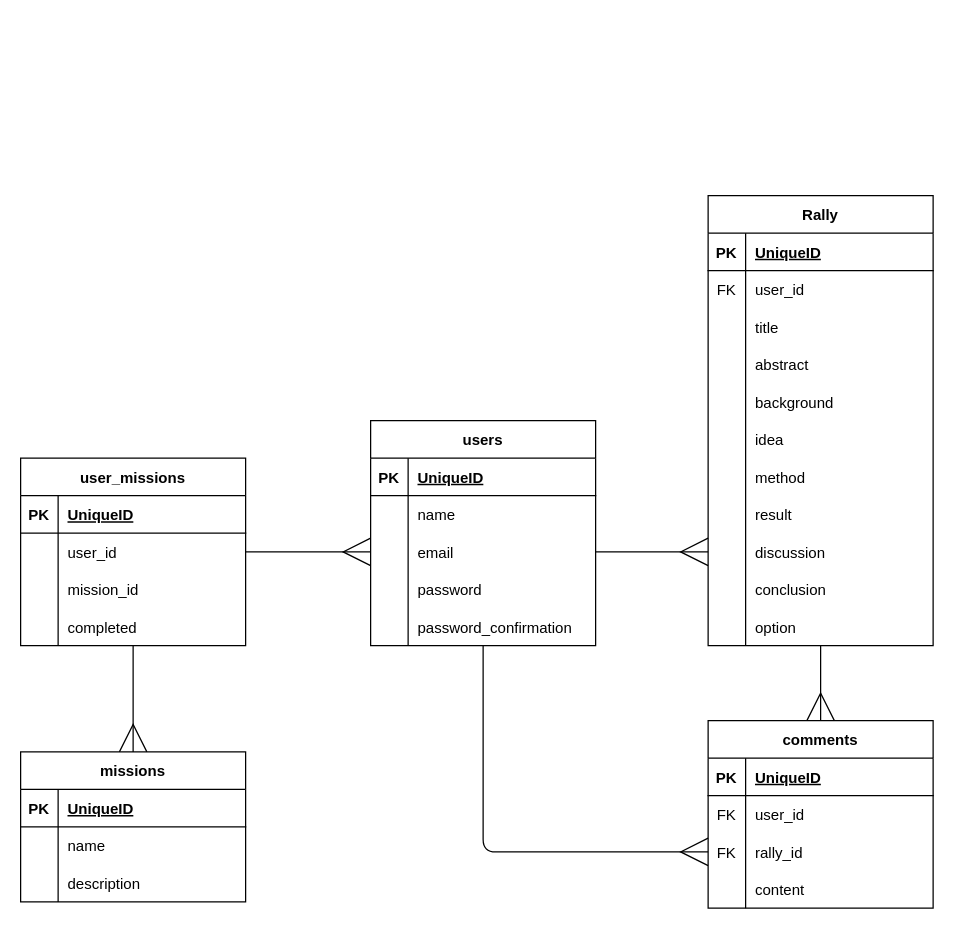
Earlier version of the draw.io diagram database.dio (Pokesyoum/TechRally). Source tidied: cells renumbered, new cells numbered last; positions are measured from the earlier drawing's top-left corner, leaving out a move shared by most shapes. Both pictures are drawn from the tidied source at 125%, with x=0, y=0 at pixel (20, 195).
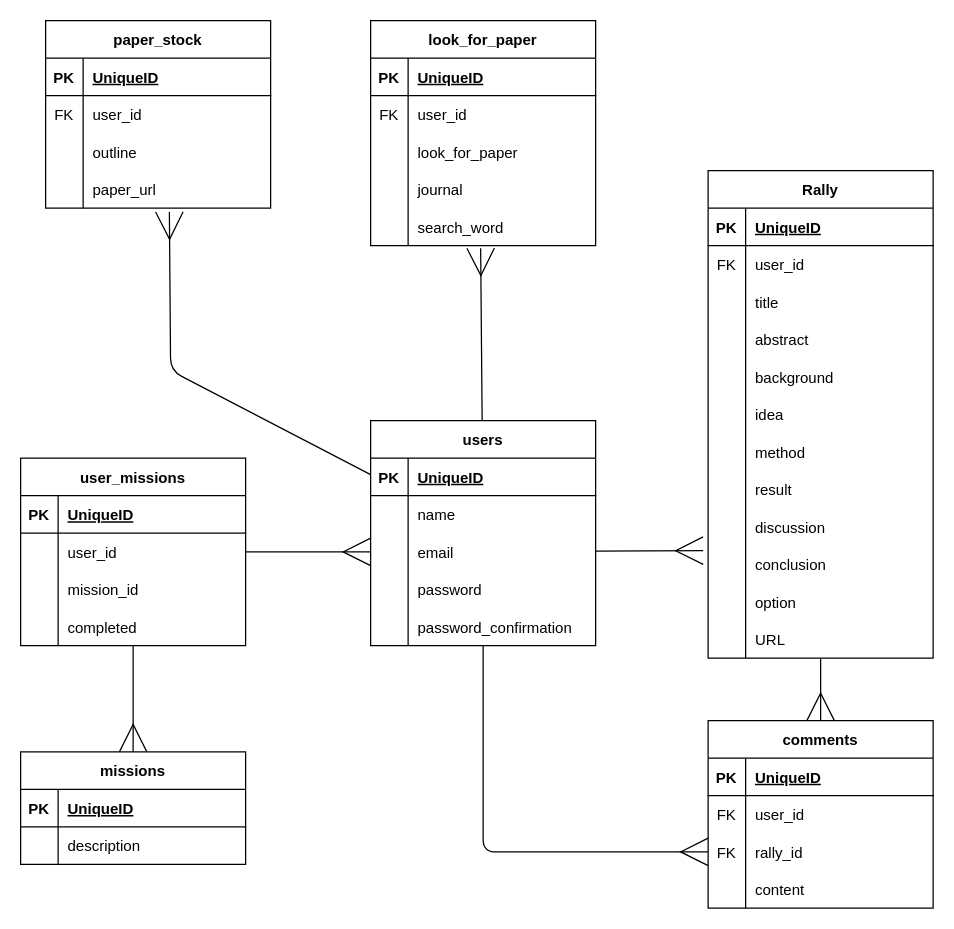
The same page after the edit.

Commit message (it also covers changes not shown here):
データベース設計図の修正

Unchanged cells that the change refers to:
```xml
<mxCell id="3" value="users" style="shape=table;startSize=30;childLayout=tableLayout;rowLines=0;fontStyle=1;align=center;" parent="1" vertex="1">
  <mxGeometry x="280" y="180" width="180" height="180" as="geometry" />
</mxCell>
<mxCell id="10" style="shape=tableRow;horizontal=0;startSize=0;swimlaneHead=0;swimlaneBody=0;fillColor=none;points=[[0,0.5],[1,0.5]];portConstraint=eastwest;top=0;left=0;right=0;bottom=0;" parent="3" vertex="1">
  <mxGeometry y="90" width="180" height="30" as="geometry" />
</mxCell>
<mxCell id="45" style="shape=tableRow;horizontal=0;startSize=0;swimlaneHead=0;swimlaneBody=0;fillColor=none;points=[[0,0.5],[1,0.5]];portConstraint=eastwest;top=0;left=0;right=0;bottom=0;" parent="20" vertex="1">
  <mxGeometry y="270" width="180" height="30" as="geometry" />
</mxCell>
<mxCell id="48" style="shape=tableRow;horizontal=0;startSize=0;swimlaneHead=0;swimlaneBody=0;fillColor=none;points=[[0,0.5],[1,0.5]];portConstraint=eastwest;top=0;left=0;right=0;bottom=0;" parent="20" vertex="1">
  <mxGeometry y="300" width="180" height="30" as="geometry" />
</mxCell>
<mxCell id="87" style="shape=tableRow;horizontal=0;startSize=0;swimlaneHead=0;swimlaneBody=0;fillColor=none;top=0;left=0;right=0;bottom=0;" parent="83" vertex="1">
  <mxGeometry y="60" width="180" height="30" as="geometry" />
</mxCell>
```

The edit, as a diff of the source:
```diff
@@
+    <mxCell id="93" style="edgeStyle=none;html=1;entryX=0.489;entryY=1.067;entryDx=0;entryDy=0;entryPerimeter=0;endArrow=ERmany;endFill=0;endSize=20;" parent="1" edge="1" source="3" target="111">
+      <mxGeometry relative="1" as="geometry" />
+    </mxCell>
+    <mxCell id="94" style="edgeStyle=none;html=1;entryX=0.55;entryY=1.1;entryDx=0;entryDy=0;entryPerimeter=0;endArrow=ERmany;endFill=0;endSize=20;" parent="1" edge="1" source="3" target="124">
+      <mxGeometry relative="1" as="geometry">
+        <Array as="points">
+          <mxPoint x="120" y="140" />
+        </Array>
+      </mxGeometry>
+    </mxCell>
@@
     <mxCell id="20" value="Rally" style="shape=table;startSize=30;childLayout=tableLayout;rowLines=0;fontStyle=1;align=center;" parent="1" vertex="1">
-      <mxGeometry x="550" width="180" height="360" as="geometry" />
+      <mxGeometry x="550" y="-20" width="180" height="390" as="geometry" />
     </mxCell>
@@
+    <mxCell id="95" style="shape=tableRow;horizontal=0;startSize=0;swimlaneHead=0;swimlaneBody=0;fillColor=none;top=0;left=0;right=0;bottom=0;" parent="20" vertex="1">
+      <mxGeometry y="360" width="180" height="30" as="geometry" />
+    </mxCell>
+    <mxCell id="96" style="shape=partialRectangle;fillColor=none;top=0;left=0;bottom=0;right=0;overflow=hidden;" parent="95" vertex="1">
+      <mxGeometry width="30" height="30" as="geometry" />
+    </mxCell>
+    <mxCell id="97" value="URL" style="shape=partialRectangle;fillColor=none;top=0;left=0;bottom=0;right=0;align=left;spacingLeft=6;overflow=hidden;" parent="95" vertex="1">
+      <mxGeometry x="30" width="150" height="30" as="geometry" />
+    </mxCell>
@@
-    <mxCell id="67" style="edgeStyle=none;html=1;entryX=0;entryY=0.5;entryDx=0;entryDy=0;endArrow=ERmany;endFill=0;endSize=20;" parent="1" edge="1" source="10" target="45">
+    <mxCell id="67" style="edgeStyle=none;html=1;endArrow=ERmany;endFill=0;endSize=20;entryX=-0.022;entryY=0.133;entryDx=0;entryDy=0;entryPerimeter=0;" parent="1" edge="1" source="10" target="48">
       <mxGeometry relative="1" as="geometry" />
     </mxCell>
@@
     <mxCell id="83" value="missions" style="shape=table;startSize=30;childLayout=tableLayout;rowLines=0;fontStyle=1;align=center;" parent="1" vertex="1">
-      <mxGeometry y="445" width="180" height="120" as="geometry" />
+      <mxGeometry y="445" width="180" height="90" as="geometry" />
     </mxCell>
@@
-    <mxCell id="89" value="name" style="shape=partialRectangle;fillColor=none;top=0;left=0;bottom=0;right=0;align=left;spacingLeft=6;overflow=hidden;" parent="87" vertex="1">
+    <mxCell id="89" value="description" style="shape=partialRectangle;fillColor=none;top=0;left=0;bottom=0;right=0;align=left;spacingLeft=6;overflow=hidden;" parent="87" vertex="1">
       <mxGeometry x="30" width="150" height="30" as="geometry" />
     </mxCell>
-    <mxCell id="90" style="shape=tableRow;horizontal=0;startSize=0;swimlaneHead=0;swimlaneBody=0;fillColor=none;top=0;left=0;right=0;bottom=0;" parent="83" vertex="1">
-      <mxGeometry y="90" width="180" height="30" as="geometry" />
-    </mxCell>
-    <mxCell id="91" style="shape=partialRectangle;fillColor=none;top=0;left=0;bottom=0;right=0;overflow=hidden;" parent="90" vertex="1">
-      <mxGeometry width="30" height="30" as="geometry" />
-    </mxCell>
-    <mxCell id="92" value="description" style="shape=partialRectangle;fillColor=none;top=0;left=0;bottom=0;right=0;align=left;spacingLeft=6;overflow=hidden;" parent="90" vertex="1">
-      <mxGeometry x="30" width="150" height="30" as="geometry" />
-    </mxCell>
+    <mxCell id="98" value="look_for_paper" style="shape=table;startSize=30;childLayout=tableLayout;rowLines=0;fontStyle=1;align=center;" parent="1" vertex="1">
+      <mxGeometry x="280" y="-140" width="180" height="180" as="geometry" />
+    </mxCell>
+    <mxCell id="99" style="shape=tableRow;horizontal=0;startSize=0;swimlaneHead=0;swimlaneBody=0;fillColor=none;top=0;left=0;right=0;bottom=1;" parent="98" vertex="1">
+      <mxGeometry y="30" width="180" height="30" as="geometry" />
+    </mxCell>
+    <mxCell id="100" value="PK" style="shape=partialRectangle;fillColor=none;top=0;left=0;bottom=0;right=0;fontStyle=1;overflow=hidden;" parent="99" vertex="1">
+      <mxGeometry width="30" height="30" as="geometry" />
+    </mxCell>
+    <mxCell id="101" value="UniqueID" style="shape=partialRectangle;fillColor=none;top=0;left=0;bottom=0;right=0;align=left;spacingLeft=6;fontStyle=5;overflow=hidden;" parent="99" vertex="1">
+      <mxGeometry x="30" width="150" height="30" as="geometry" />
+    </mxCell>
+    <mxCell id="102" style="shape=tableRow;horizontal=0;startSize=0;swimlaneHead=0;swimlaneBody=0;fillColor=none;top=0;left=0;right=0;bottom=0;" parent="98" vertex="1">
+      <mxGeometry y="60" width="180" height="30" as="geometry" />
+    </mxCell>
+    <mxCell id="103" value="FK" style="shape=partialRectangle;fillColor=none;top=0;left=0;bottom=0;right=0;overflow=hidden;" parent="102" vertex="1">
+      <mxGeometry width="30" height="30" as="geometry" />
+    </mxCell>
+    <mxCell id="104" value="user_id" style="shape=partialRectangle;fillColor=none;top=0;left=0;bottom=0;right=0;align=left;spacingLeft=6;overflow=hidden;" parent="102" vertex="1">
+      <mxGeometry x="30" width="150" height="30" as="geometry" />
+    </mxCell>
+    <mxCell id="105" style="shape=tableRow;horizontal=0;startSize=0;swimlaneHead=0;swimlaneBody=0;fillColor=none;top=0;left=0;right=0;bottom=0;" parent="98" vertex="1">
+      <mxGeometry y="90" width="180" height="30" as="geometry" />
+    </mxCell>
+    <mxCell id="106" style="shape=partialRectangle;fillColor=none;top=0;left=0;bottom=0;right=0;overflow=hidden;" parent="105" vertex="1">
+      <mxGeometry width="30" height="30" as="geometry" />
+    </mxCell>
+    <mxCell id="107" value="look_for_paper" style="shape=partialRectangle;fillColor=none;top=0;left=0;bottom=0;right=0;align=left;spacingLeft=6;overflow=hidden;" parent="105" vertex="1">
+      <mxGeometry x="30" width="150" height="30" as="geometry" />
+    </mxCell>
+    <mxCell id="108" style="shape=tableRow;horizontal=0;startSize=0;swimlaneHead=0;swimlaneBody=0;fillColor=none;top=0;left=0;right=0;bottom=0;" parent="98" vertex="1">
+      <mxGeometry y="120" width="180" height="30" as="geometry" />
+    </mxCell>
+    <mxCell id="109" style="shape=partialRectangle;fillColor=none;top=0;left=0;bottom=0;right=0;overflow=hidden;" parent="108" vertex="1">
+      <mxGeometry width="30" height="30" as="geometry" />
+    </mxCell>
+    <mxCell id="110" value="journal" style="shape=partialRectangle;fillColor=none;top=0;left=0;bottom=0;right=0;align=left;spacingLeft=6;overflow=hidden;" parent="108" vertex="1">
+      <mxGeometry x="30" width="150" height="30" as="geometry" />
+    </mxCell>
+    <mxCell id="111" style="shape=tableRow;horizontal=0;startSize=0;swimlaneHead=0;swimlaneBody=0;fillColor=none;points=[[0,0.5],[1,0.5]];portConstraint=eastwest;top=0;left=0;right=0;bottom=0;" parent="98" vertex="1">
+      <mxGeometry y="150" width="180" height="30" as="geometry" />
+    </mxCell>
+    <mxCell id="112" style="shape=partialRectangle;fillColor=none;top=0;left=0;bottom=0;right=0;overflow=hidden;" parent="111" vertex="1">
+      <mxGeometry width="30" height="30" as="geometry" />
+    </mxCell>
+    <mxCell id="113" value="search_word" style="shape=partialRectangle;fillColor=none;top=0;left=0;bottom=0;right=0;align=left;spacingLeft=6;overflow=hidden;" parent="111" vertex="1">
+      <mxGeometry x="30" width="150" height="30" as="geometry" />
+    </mxCell>
+    <mxCell id="114" value="paper_stock" style="shape=table;startSize=30;childLayout=tableLayout;rowLines=0;fontStyle=1;align=center;" parent="1" vertex="1">
+      <mxGeometry x="20" y="-140" width="180" height="150" as="geometry" />
+    </mxCell>
+    <mxCell id="115" style="shape=tableRow;horizontal=0;startSize=0;swimlaneHead=0;swimlaneBody=0;fillColor=none;top=0;left=0;right=0;bottom=1;" parent="114" vertex="1">
+      <mxGeometry y="30" width="180" height="30" as="geometry" />
+    </mxCell>
+    <mxCell id="116" value="PK" style="shape=partialRectangle;fillColor=none;top=0;left=0;bottom=0;right=0;fontStyle=1;overflow=hidden;" parent="115" vertex="1">
+      <mxGeometry width="30" height="30" as="geometry" />
+    </mxCell>
+    <mxCell id="117" value="UniqueID" style="shape=partialRectangle;fillColor=none;top=0;left=0;bottom=0;right=0;align=left;spacingLeft=6;fontStyle=5;overflow=hidden;" parent="115" vertex="1">
+      <mxGeometry x="30" width="150" height="30" as="geometry" />
+    </mxCell>
+    <mxCell id="118" style="shape=tableRow;horizontal=0;startSize=0;swimlaneHead=0;swimlaneBody=0;fillColor=none;top=0;left=0;right=0;bottom=0;" parent="114" vertex="1">
+      <mxGeometry y="60" width="180" height="30" as="geometry" />
+    </mxCell>
+    <mxCell id="119" value="FK" style="shape=partialRectangle;fillColor=none;top=0;left=0;bottom=0;right=0;overflow=hidden;" parent="118" vertex="1">
+      <mxGeometry width="30" height="30" as="geometry" />
+    </mxCell>
+    <mxCell id="120" value="user_id" style="shape=partialRectangle;fillColor=none;top=0;left=0;bottom=0;right=0;align=left;spacingLeft=6;overflow=hidden;" parent="118" vertex="1">
+      <mxGeometry x="30" width="150" height="30" as="geometry" />
+    </mxCell>
+    <mxCell id="121" style="shape=tableRow;horizontal=0;startSize=0;swimlaneHead=0;swimlaneBody=0;fillColor=none;top=0;left=0;right=0;bottom=0;" parent="114" vertex="1">
+      <mxGeometry y="90" width="180" height="30" as="geometry" />
+    </mxCell>
+    <mxCell id="122" style="shape=partialRectangle;fillColor=none;top=0;left=0;bottom=0;right=0;overflow=hidden;" parent="121" vertex="1">
+      <mxGeometry width="30" height="30" as="geometry" />
+    </mxCell>
+    <mxCell id="123" value="outline" style="shape=partialRectangle;fillColor=none;top=0;left=0;bottom=0;right=0;align=left;spacingLeft=6;overflow=hidden;" parent="121" vertex="1">
+      <mxGeometry x="30" width="150" height="30" as="geometry" />
+    </mxCell>
+    <mxCell id="124" style="shape=tableRow;horizontal=0;startSize=0;swimlaneHead=0;swimlaneBody=0;fillColor=none;points=[[0,0.5],[1,0.5]];portConstraint=eastwest;top=0;left=0;right=0;bottom=0;" parent="114" vertex="1">
+      <mxGeometry y="120" width="180" height="30" as="geometry" />
+    </mxCell>
+    <mxCell id="125" style="shape=partialRectangle;fillColor=none;top=0;left=0;bottom=0;right=0;overflow=hidden;" parent="124" vertex="1">
+      <mxGeometry width="30" height="30" as="geometry" />
+    </mxCell>
+    <mxCell id="126" value="paper_url" style="shape=partialRectangle;fillColor=none;top=0;left=0;bottom=0;right=0;align=left;spacingLeft=6;overflow=hidden;" parent="124" vertex="1">
+      <mxGeometry x="30" width="150" height="30" as="geometry" />
+    </mxCell>
```
